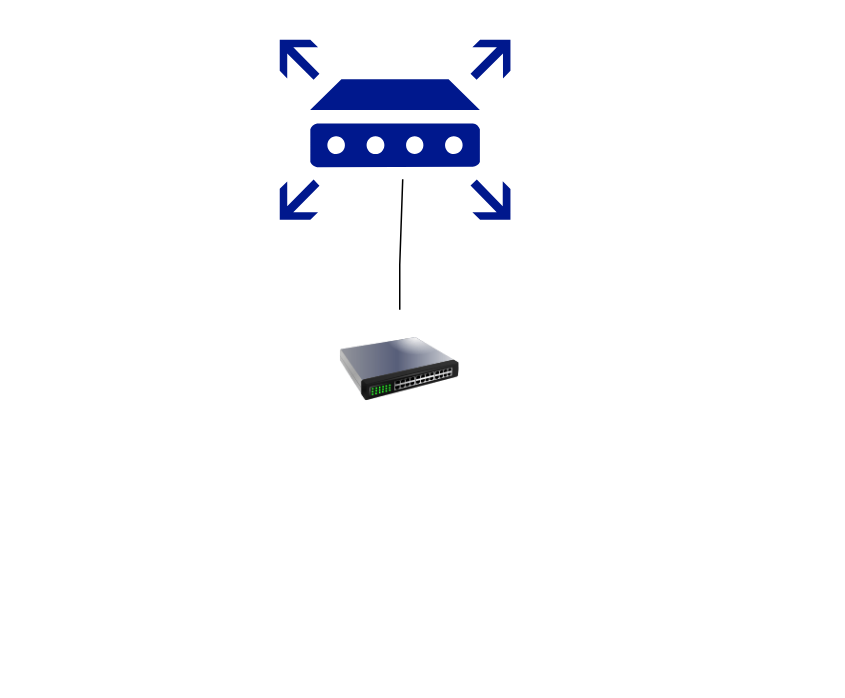
This is Untitled Diagram.drawio from Kylegwhite/Kylegwhite, a draw.io file, before an edit. Source tidied: cells renumbered, new cells numbered last; positions are measured from the earlier drawing's top-left corner, leaving out a move shared by most shapes. Both pictures are drawn from the tidied source at 150%, with x=0, y=0 at pixel (279, 39).
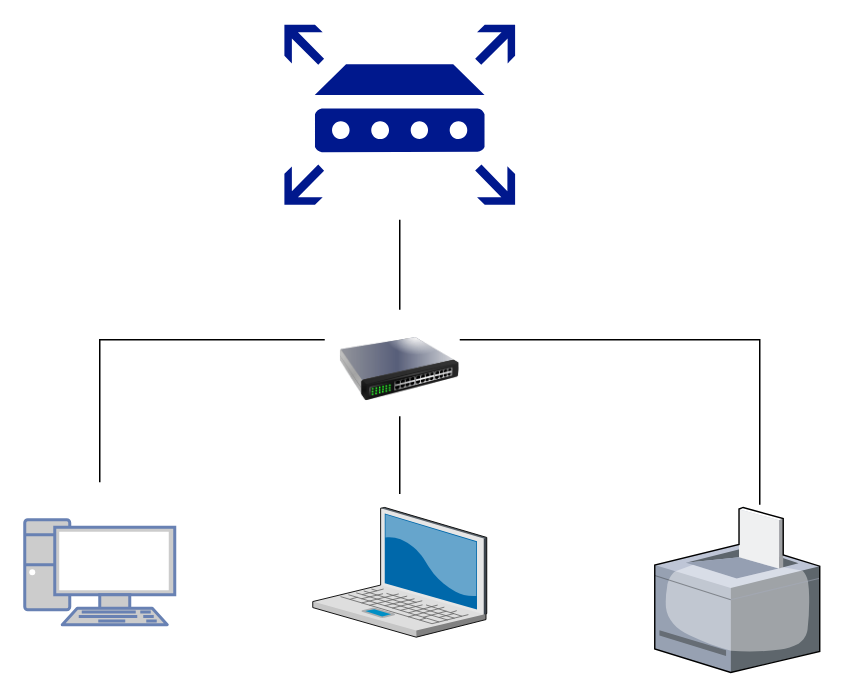
The same diagram, later.

Change to the diagram source:
```diff
@@
 <mxGraphModel>
   <root>
     <mxCell id="0" />
     <mxCell id="1" parent="0" />
     <mxCell id="2" style="sketch=0;shadow=0;dashed=0;html=1;strokeColor=none;labelPosition=center;verticalLabelPosition=bottom;verticalAlign=top;align=center;fillColor=#00188D;shape=mxgraph.mscae.enterprise.router;" parent="1" vertex="1">
-      <mxGeometry width="153.8" height="120" as="geometry" />
+      <mxGeometry x="3.1" y="-10" width="153.8" height="120" as="geometry" />
     </mxCell>
     <mxCell id="3" style="image;html=1;image=img/lib/clip_art/networking/Switch_128x128.png;" parent="1" vertex="1">
       <mxGeometry x="40" y="180" width="80" height="80" as="geometry" />
     </mxCell>
-    <mxCell id="4" style="endArrow=none;html=1;rounded=0;entryX=0.533;entryY=0.775;entryDx=0;entryDy=0;entryPerimeter=0;" parent="1" edge="1" source="3" target="2">
+    <mxCell id="4" style="endArrow=none;html=1;rounded=0;" parent="1" edge="1" source="3">
       <mxGeometry relative="1" as="geometry">
+        <mxPoint x="80" y="120" as="targetPoint" />
         <Array as="points">
           <mxPoint x="80" y="150" />
         </Array>
       </mxGeometry>
     </mxCell>
+    <mxCell id="5" style="fontColor=#0066CC;verticalAlign=top;verticalLabelPosition=bottom;labelPosition=center;align=center;html=1;fillColor=#CCCCCC;strokeColor=#6881B3;gradientColor=none;gradientDirection=north;strokeWidth=2;shape=mxgraph.networks.pc;" parent="1" vertex="1">
+      <mxGeometry x="-170" y="320" width="100" height="70" as="geometry" />
+    </mxCell>
+    <mxCell id="6" style="verticalLabelPosition=bottom;sketch=0;html=1;verticalAlign=top;strokeColor=none;align=center;shape=mxgraph.citrix.laptop_2;" parent="1" vertex="1">
+      <mxGeometry x="22" y="311.8" width="116" height="86.5" as="geometry" />
+    </mxCell>
+    <mxCell id="7" style="verticalLabelPosition=bottom;sketch=0;html=1;verticalAlign=top;strokeColor=none;align=center;shape=mxgraph.citrix.printer;" parent="1" vertex="1">
+      <mxGeometry x="250" y="311.8" width="110" height="110" as="geometry" />
+    </mxCell>
+    <mxCell id="8" style="endArrow=none;html=1;rounded=0;" parent="1" edge="1">
+      <mxGeometry relative="1" as="geometry">
+        <mxPoint x="-120" y="295" as="sourcePoint" />
+        <mxPoint x="30" y="200" as="targetPoint" />
+        <Array as="points">
+          <mxPoint x="-120" y="200" />
+        </Array>
+      </mxGeometry>
+    </mxCell>
+    <mxCell id="9" style="endArrow=none;html=1;rounded=0;exitX=1;exitY=0.25;exitDx=0;exitDy=0;" parent="1" edge="1" source="3">
+      <mxGeometry relative="1" as="geometry">
+        <mxPoint x="320" y="310" as="targetPoint" />
+        <Array as="points">
+          <mxPoint x="320" y="200" />
+        </Array>
+      </mxGeometry>
+    </mxCell>
+    <mxCell id="10" style="endArrow=none;html=1;rounded=0;" parent="1" edge="1">
+      <mxGeometry relative="1" as="geometry">
+        <mxPoint x="80" y="302.8" as="sourcePoint" />
+        <mxPoint x="80" y="251" as="targetPoint" />
+      </mxGeometry>
+    </mxCell>
   </root>
 </mxGraphModel>
```
